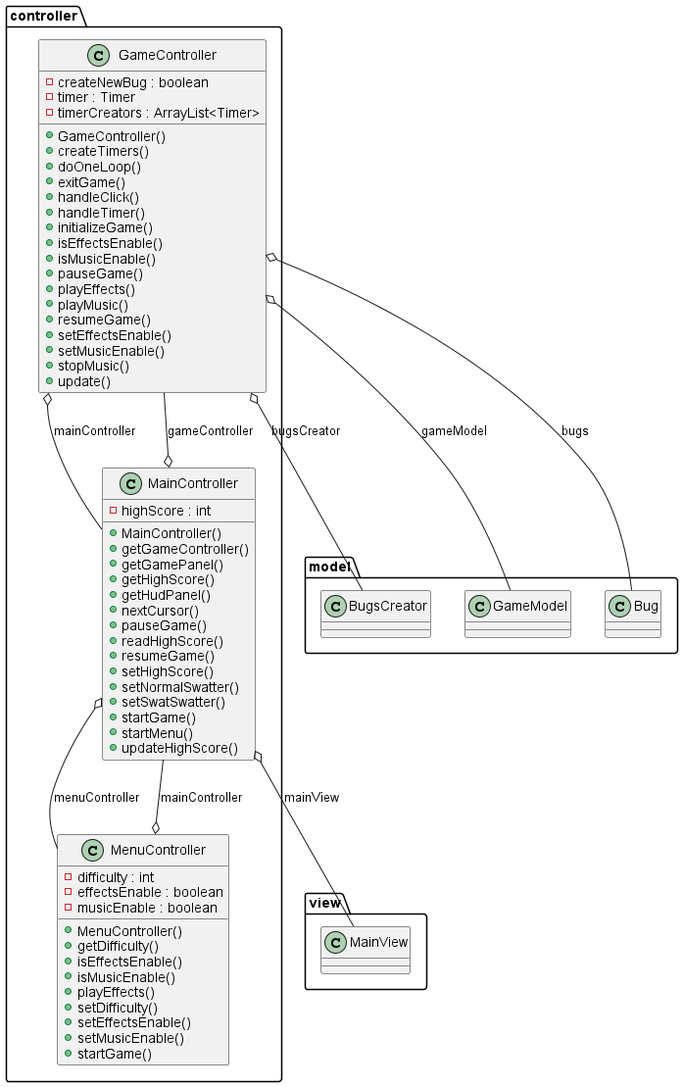
Before: UML/controller.png, a diagram exported from PlantUML (lcintini/JFlySwatter).
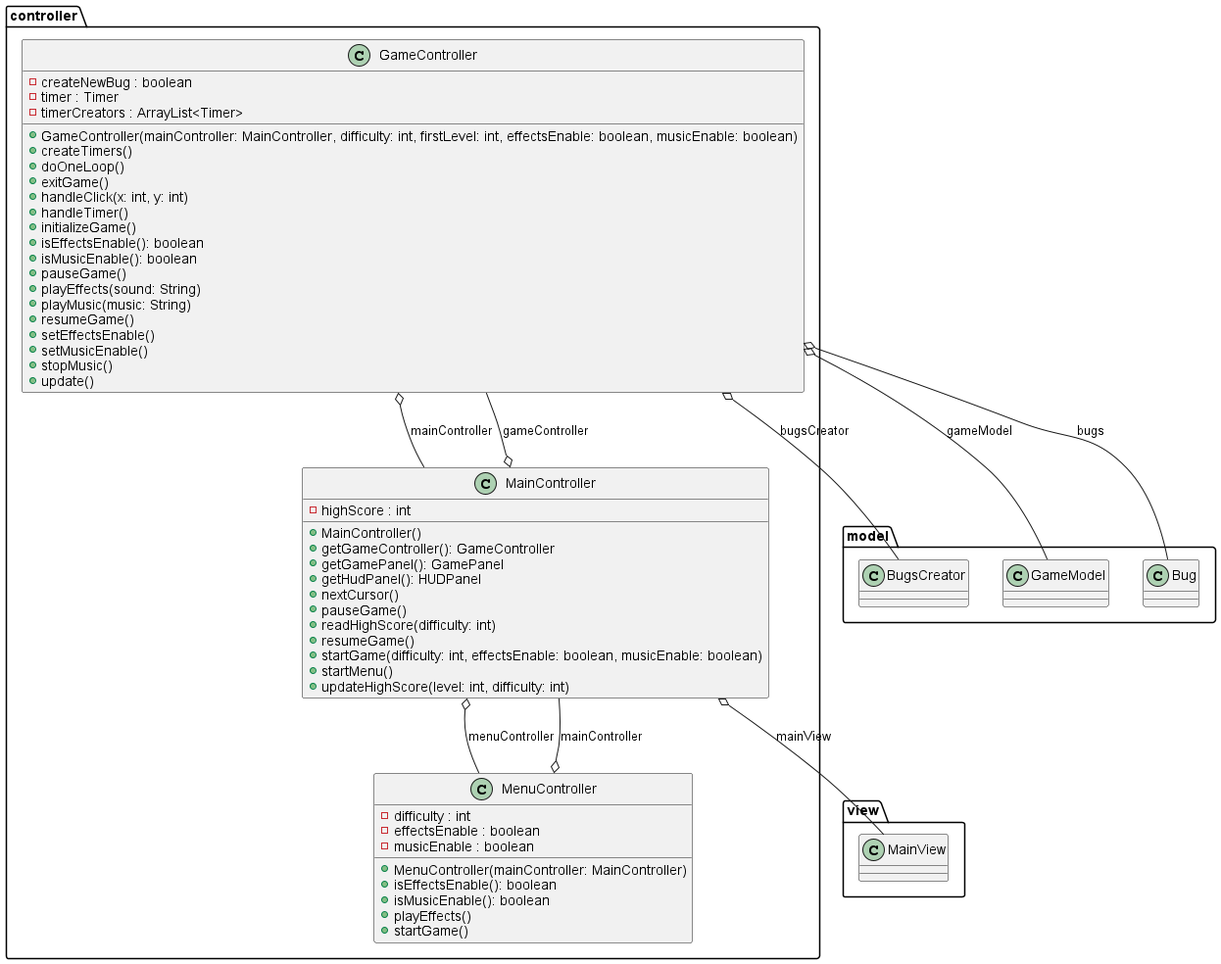
Above is the later version.

Diff of the diagram source:
```diff
@@ -5,18 +5,18 @@
           - createNewBug : boolean
           - timer : Timer
           - timerCreators : ArrayList<Timer>
-          + GameController()
+          + GameController(mainController: MainController, difficulty: int, firstLevel: int, effectsEnable: boolean, musicEnable: boolean)
           + createTimers()
           + doOneLoop()
           + exitGame()
-          + handleClick()
+          + handleClick(x: int, y: int)
           + handleTimer()
           + initializeGame()
-          + isEffectsEnable()
-          + isMusicEnable()
+          + isEffectsEnable(): boolean
+          + isMusicEnable(): boolean
           + pauseGame()
-          + playEffects()
-          + playMusic()
+          + playEffects(sound: String)
+          + playMusic(music: String)
           + resumeGame()
           + setEffectsEnable()
           + setMusicEnable()
@@ -30,20 +30,16 @@
       class controller.MainController {
           - highScore : int
           + MainController()
-          + getGameController()
-          + getGamePanel()
-          + getHighScore()
-          + getHudPanel()
+          + getGameController(): GameController
+          + getGamePanel(): GamePanel
+          + getHudPanel(): HUDPanel
           + nextCursor()
           + pauseGame()
-          + readHighScore()
+          + readHighScore(difficulty: int)
           + resumeGame()
-          + setHighScore()
-          + setNormalSwatter()
-          + setSwatSwatter()
-          + startGame()
+          + startGame(difficulty: int, effectsEnable: boolean, musicEnable: boolean)
           + startMenu()
-          + updateHighScore()
+          + updateHighScore(level: int, difficulty: int)
       }
     }
 
@@ -53,14 +49,10 @@
           - difficulty : int
           - effectsEnable : boolean
           - musicEnable : boolean
-          + MenuController()
-          + getDifficulty()
-          + isEffectsEnable()
-          + isMusicEnable()
+          + MenuController(mainController: MainController)
+          + isEffectsEnable(): boolean
+          + isMusicEnable(): boolean
           + playEffects()
-          + setDifficulty()
-          + setEffectsEnable()
-          + setMusicEnable()
           + startGame()
       }
     }
```
